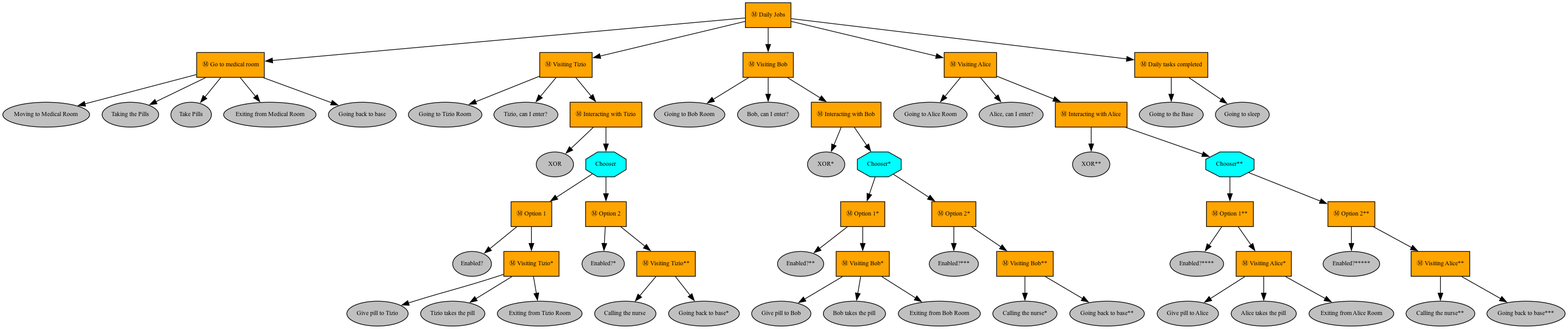
capriele/gssi-human-centric-exam keeps this Graphviz diagram as images/daily_jobs.png. Above is the earlier version. Its source is kept beside it as images/daily_jobs.dot.
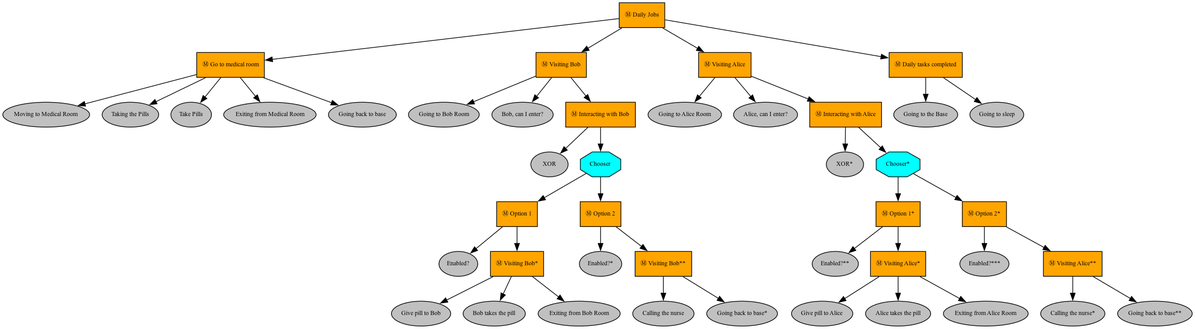
Above is the later version.

Commit message:
Final base example

The edit, as a diff of the source:
```diff
@@ -16,40 +16,6 @@
 "Go to medical room" -> "Exiting from Medical Room";
 "Going back to base" [fillcolor=gray, fontcolor=black, fontsize=9, label="Going back to base", shape=ellipse, style=filled];
 "Go to medical room" -> "Going back to base";
-"Visiting Tizio" [fillcolor=orange, fontcolor=black, fontsize=9, label="Ⓜ Visiting Tizio", shape=box, style=filled];
-"Daily Jobs" -> "Visiting Tizio";
-"Going to Tizio Room" [fillcolor=gray, fontcolor=black, fontsize=9, label="Going to Tizio Room", shape=ellipse, style=filled];
-"Visiting Tizio" -> "Going to Tizio Room";
-"Tizio, can I enter?" [fillcolor=gray, fontcolor=black, fontsize=9, label="Tizio, can I enter?", shape=ellipse, style=filled];
-"Visiting Tizio" -> "Tizio, can I enter?";
-"Interacting with Tizio" [fillcolor=orange, fontcolor=black, fontsize=9, label="Ⓜ Interacting with Tizio", shape=box, style=filled];
-"Visiting Tizio" -> "Interacting with Tizio";
-XOR [fillcolor=gray, fontcolor=black, fontsize=9, label=XOR, shape=ellipse, style=filled];
-"Interacting with Tizio" -> XOR;
-Chooser [fillcolor=cyan, fontcolor=black, fontsize=9, label=Chooser, shape=octagon, style=filled];
-"Interacting with Tizio" -> Chooser;
-"Option 1" [fillcolor=orange, fontcolor=black, fontsize=9, label="Ⓜ Option 1", shape=box, style=filled];
-Chooser -> "Option 1";
-"Enabled?" [fillcolor=gray, fontcolor=black, fontsize=9, label="Enabled?", shape=ellipse, style=filled];
-"Option 1" -> "Enabled?";
-"Visiting Tizio*" [fillcolor=orange, fontcolor=black, fontsize=9, label="Ⓜ Visiting Tizio*", shape=box, style=filled];
-"Option 1" -> "Visiting Tizio*";
-"Give pill to Tizio" [fillcolor=gray, fontcolor=black, fontsize=9, label="Give pill to Tizio", shape=ellipse, style=filled];
-"Visiting Tizio*" -> "Give pill to Tizio";
-"Tizio takes the pill" [fillcolor=gray, fontcolor=black, fontsize=9, label="Tizio takes the pill", shape=ellipse, style=filled];
-"Visiting Tizio*" -> "Tizio takes the pill";
-"Exiting from Tizio Room" [fillcolor=gray, fontcolor=black, fontsize=9, label="Exiting from Tizio Room", shape=ellipse, style=filled];
-"Visiting Tizio*" -> "Exiting from Tizio Room";
-"Option 2" [fillcolor=orange, fontcolor=black, fontsize=9, label="Ⓜ Option 2", shape=box, style=filled];
-Chooser -> "Option 2";
-"Enabled?*" [fillcolor=gray, fontcolor=black, fontsize=9, label="Enabled?*", shape=ellipse, style=filled];
-"Option 2" -> "Enabled?*";
-"Visiting Tizio**" [fillcolor=orange, fontcolor=black, fontsize=9, label="Ⓜ Visiting Tizio**", shape=box, style=filled];
-"Option 2" -> "Visiting Tizio**";
-"Calling the nurse" [fillcolor=gray, fontcolor=black, fontsize=9, label="Calling the nurse", shape=ellipse, style=filled];
-"Visiting Tizio**" -> "Calling the nurse";
-"Going back to base*" [fillcolor=gray, fontcolor=black, fontsize=9, label="Going back to base*", shape=ellipse, style=filled];
-"Visiting Tizio**" -> "Going back to base*";
 "Visiting Bob" [fillcolor=orange, fontcolor=black, fontsize=9, label="Ⓜ Visiting Bob", shape=box, style=filled];
 "Daily Jobs" -> "Visiting Bob";
 "Going to Bob Room" [fillcolor=gray, fontcolor=black, fontsize=9, label="Going to Bob Room", shape=ellipse, style=filled];
@@ -58,32 +24,32 @@
 "Visiting Bob" -> "Bob, can I enter?";
 "Interacting with Bob" [fillcolor=orange, fontcolor=black, fontsize=9, label="Ⓜ Interacting with Bob", shape=box, style=filled];
 "Visiting Bob" -> "Interacting with Bob";
-"XOR*" [fillcolor=gray, fontcolor=black, fontsize=9, label="XOR*", shape=ellipse, style=filled];
-"Interacting with Bob" -> "XOR*";
-"Chooser*" [fillcolor=cyan, fontcolor=black, fontsize=9, label="Chooser*", shape=octagon, style=filled];
-"Interacting with Bob" -> "Chooser*";
-"Option 1*" [fillcolor=orange, fontcolor=black, fontsize=9, label="Ⓜ Option 1*", shape=box, style=filled];
-"Chooser*" -> "Option 1*";
-"Enabled?**" [fillcolor=gray, fontcolor=black, fontsize=9, label="Enabled?**", shape=ellipse, style=filled];
-"Option 1*" -> "Enabled?**";
+XOR [fillcolor=gray, fontcolor=black, fontsize=9, label=XOR, shape=ellipse, style=filled];
+"Interacting with Bob" -> XOR;
+Chooser [fillcolor=cyan, fontcolor=black, fontsize=9, label=Chooser, shape=octagon, style=filled];
+"Interacting with Bob" -> Chooser;
+"Option 1" [fillcolor=orange, fontcolor=black, fontsize=9, label="Ⓜ Option 1", shape=box, style=filled];
+Chooser -> "Option 1";
+"Enabled?" [fillcolor=gray, fontcolor=black, fontsize=9, label="Enabled?", shape=ellipse, style=filled];
+"Option 1" -> "Enabled?";
 "Visiting Bob*" [fillcolor=orange, fontcolor=black, fontsize=9, label="Ⓜ Visiting Bob*", shape=box, style=filled];
-"Option 1*" -> "Visiting Bob*";
+"Option 1" -> "Visiting Bob*";
 "Give pill to Bob" [fillcolor=gray, fontcolor=black, fontsize=9, label="Give pill to Bob", shape=ellipse, style=filled];
 "Visiting Bob*" -> "Give pill to Bob";
 "Bob takes the pill" [fillcolor=gray, fontcolor=black, fontsize=9, label="Bob takes the pill", shape=ellipse, style=filled];
 "Visiting Bob*" -> "Bob takes the pill";
 "Exiting from Bob Room" [fillcolor=gray, fontcolor=black, fontsize=9, label="Exiting from Bob Room", shape=ellipse, style=filled];
 "Visiting Bob*" -> "Exiting from Bob Room";
-"Option 2*" [fillcolor=orange, fontcolor=black, fontsize=9, label="Ⓜ Option 2*", shape=box, style=filled];
-"Chooser*" -> "Option 2*";
-"Enabled?***" [fillcolor=gray, fontcolor=black, fontsize=9, label="Enabled?***", shape=ellipse, style=filled];
-"Option 2*" -> "Enabled?***";
+"Option 2" [fillcolor=orange, fontcolor=black, fontsize=9, label="Ⓜ Option 2", shape=box, style=filled];
+Chooser -> "Option 2";
+"Enabled?*" [fillcolor=gray, fontcolor=black, fontsize=9, label="Enabled?*", shape=ellipse, style=filled];
+"Option 2" -> "Enabled?*";
 "Visiting Bob**" [fillcolor=orange, fontcolor=black, fontsize=9, label="Ⓜ Visiting Bob**", shape=box, style=filled];
-"Option 2*" -> "Visiting Bob**";
-"Calling the nurse*" [fillcolor=gray, fontcolor=black, fontsize=9, label="Calling the nurse*", shape=ellipse, style=filled];
-"Visiting Bob**" -> "Calling the nurse*";
-"Going back to base**" [fillcolor=gray, fontcolor=black, fontsize=9, label="Going back to base**", shape=ellipse, style=filled];
-"Visiting Bob**" -> "Going back to base**";
+"Option 2" -> "Visiting Bob**";
+"Calling the nurse" [fillcolor=gray, fontcolor=black, fontsize=9, label="Calling the nurse", shape=ellipse, style=filled];
+"Visiting Bob**" -> "Calling the nurse";
+"Going back to base*" [fillcolor=gray, fontcolor=black, fontsize=9, label="Going back to base*", shape=ellipse, style=filled];
+"Visiting Bob**" -> "Going back to base*";
 "Visiting Alice" [fillcolor=orange, fontcolor=black, fontsize=9, label="Ⓜ Visiting Alice", shape=box, style=filled];
 "Daily Jobs" -> "Visiting Alice";
 "Going to Alice Room" [fillcolor=gray, fontcolor=black, fontsize=9, label="Going to Alice Room", shape=ellipse, style=filled];
@@ -92,32 +58,32 @@
 "Visiting Alice" -> "Alice, can I enter?";
 "Interacting with Alice" [fillcolor=orange, fontcolor=black, fontsize=9, label="Ⓜ Interacting with Alice", shape=box, style=filled];
 "Visiting Alice" -> "Interacting with Alice";
-"XOR**" [fillcolor=gray, fontcolor=black, fontsize=9, label="XOR**", shape=ellipse, style=filled];
-"Interacting with Alice" -> "XOR**";
-"Chooser**" [fillcolor=cyan, fontcolor=black, fontsize=9, label="Chooser**", shape=octagon, style=filled];
-"Interacting with Alice" -> "Chooser**";
-"Option 1**" [fillcolor=orange, fontcolor=black, fontsize=9, label="Ⓜ Option 1**", shape=box, style=filled];
-"Chooser**" -> "Option 1**";
-"Enabled?****" [fillcolor=gray, fontcolor=black, fontsize=9, label="Enabled?****", shape=ellipse, style=filled];
-"Option 1**" -> "Enabled?****";
+"XOR*" [fillcolor=gray, fontcolor=black, fontsize=9, label="XOR*", shape=ellipse, style=filled];
+"Interacting with Alice" -> "XOR*";
+"Chooser*" [fillcolor=cyan, fontcolor=black, fontsize=9, label="Chooser*", shape=octagon, style=filled];
+"Interacting with Alice" -> "Chooser*";
+"Option 1*" [fillcolor=orange, fontcolor=black, fontsize=9, label="Ⓜ Option 1*", shape=box, style=filled];
+"Chooser*" -> "Option 1*";
+"Enabled?**" [fillcolor=gray, fontcolor=black, fontsize=9, label="Enabled?**", shape=ellipse, style=filled];
+"Option 1*" -> "Enabled?**";
 "Visiting Alice*" [fillcolor=orange, fontcolor=black, fontsize=9, label="Ⓜ Visiting Alice*", shape=box, style=filled];
-"Option 1**" -> "Visiting Alice*";
+"Option 1*" -> "Visiting Alice*";
 "Give pill to Alice" [fillcolor=gray, fontcolor=black, fontsize=9, label="Give pill to Alice", shape=ellipse, style=filled];
 "Visiting Alice*" -> "Give pill to Alice";
 "Alice takes the pill" [fillcolor=gray, fontcolor=black, fontsize=9, label="Alice takes the pill", shape=ellipse, style=filled];
 "Visiting Alice*" -> "Alice takes the pill";
 "Exiting from Alice Room" [fillcolor=gray, fontcolor=black, fontsize=9, label="Exiting from Alice Room", shape=ellipse, style=filled];
 "Visiting Alice*" -> "Exiting from Alice Room";
-"Option 2**" [fillcolor=orange, fontcolor=black, fontsize=9, label="Ⓜ Option 2**", shape=box, style=filled];
-"Chooser**" -> "Option 2**";
-"Enabled?*****" [fillcolor=gray, fontcolor=black, fontsize=9, label="Enabled?*****", shape=ellipse, style=filled];
-"Option 2**" -> "Enabled?*****";
+"Option 2*" [fillcolor=orange, fontcolor=black, fontsize=9, label="Ⓜ Option 2*", shape=box, style=filled];
+"Chooser*" -> "Option 2*";
+"Enabled?***" [fillcolor=gray, fontcolor=black, fontsize=9, label="Enabled?***", shape=ellipse, style=filled];
+"Option 2*" -> "Enabled?***";
 "Visiting Alice**" [fillcolor=orange, fontcolor=black, fontsize=9, label="Ⓜ Visiting Alice**", shape=box, style=filled];
-"Option 2**" -> "Visiting Alice**";
-"Calling the nurse**" [fillcolor=gray, fontcolor=black, fontsize=9, label="Calling the nurse**", shape=ellipse, style=filled];
-"Visiting Alice**" -> "Calling the nurse**";
-"Going back to base***" [fillcolor=gray, fontcolor=black, fontsize=9, label="Going back to base***", shape=ellipse, style=filled];
-"Visiting Alice**" -> "Going back to base***";
+"Option 2*" -> "Visiting Alice**";
+"Calling the nurse*" [fillcolor=gray, fontcolor=black, fontsize=9, label="Calling the nurse*", shape=ellipse, style=filled];
+"Visiting Alice**" -> "Calling the nurse*";
+"Going back to base**" [fillcolor=gray, fontcolor=black, fontsize=9, label="Going back to base**", shape=ellipse, style=filled];
+"Visiting Alice**" -> "Going back to base**";
 "Daily tasks completed" [fillcolor=orange, fontcolor=black, fontsize=9, label="Ⓜ Daily tasks completed", shape=box, style=filled];
 "Daily Jobs" -> "Daily tasks completed";
 "Going to the Base" [fillcolor=gray, fontcolor=black, fontsize=9, label="Going to the Base", shape=ellipse, style=filled];
```
